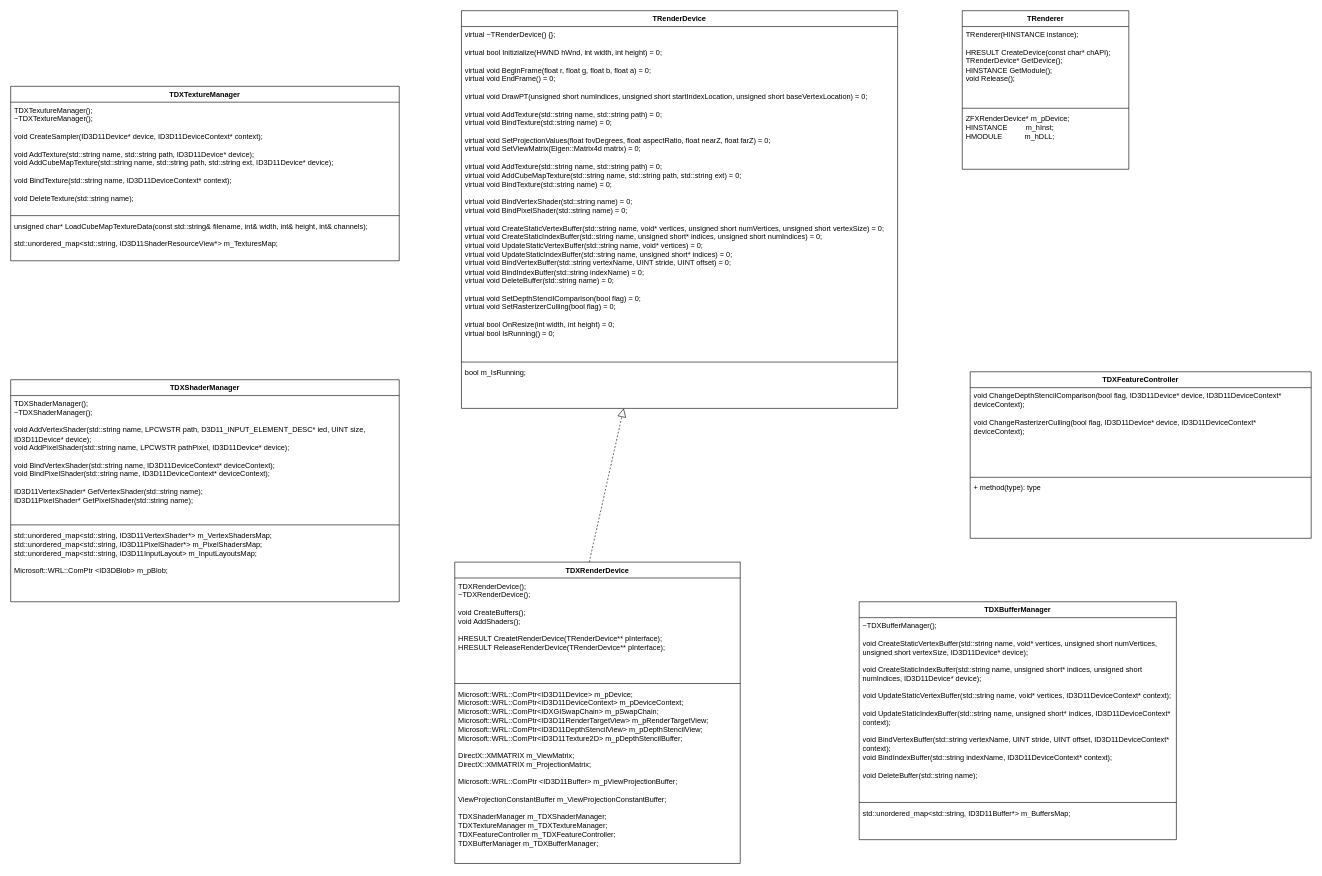
This is UML/TRenderer.drawio from f1oating/TRender, a draw.io file, before an edit. Source tidied: cells renumbered, new cells numbered last; positions are measured from the earlier drawing's top-left corner, leaving out a move shared by most shapes. Both pictures are drawn from the tidied source at 61%, with x=0, y=0 at pixel (10, 10).
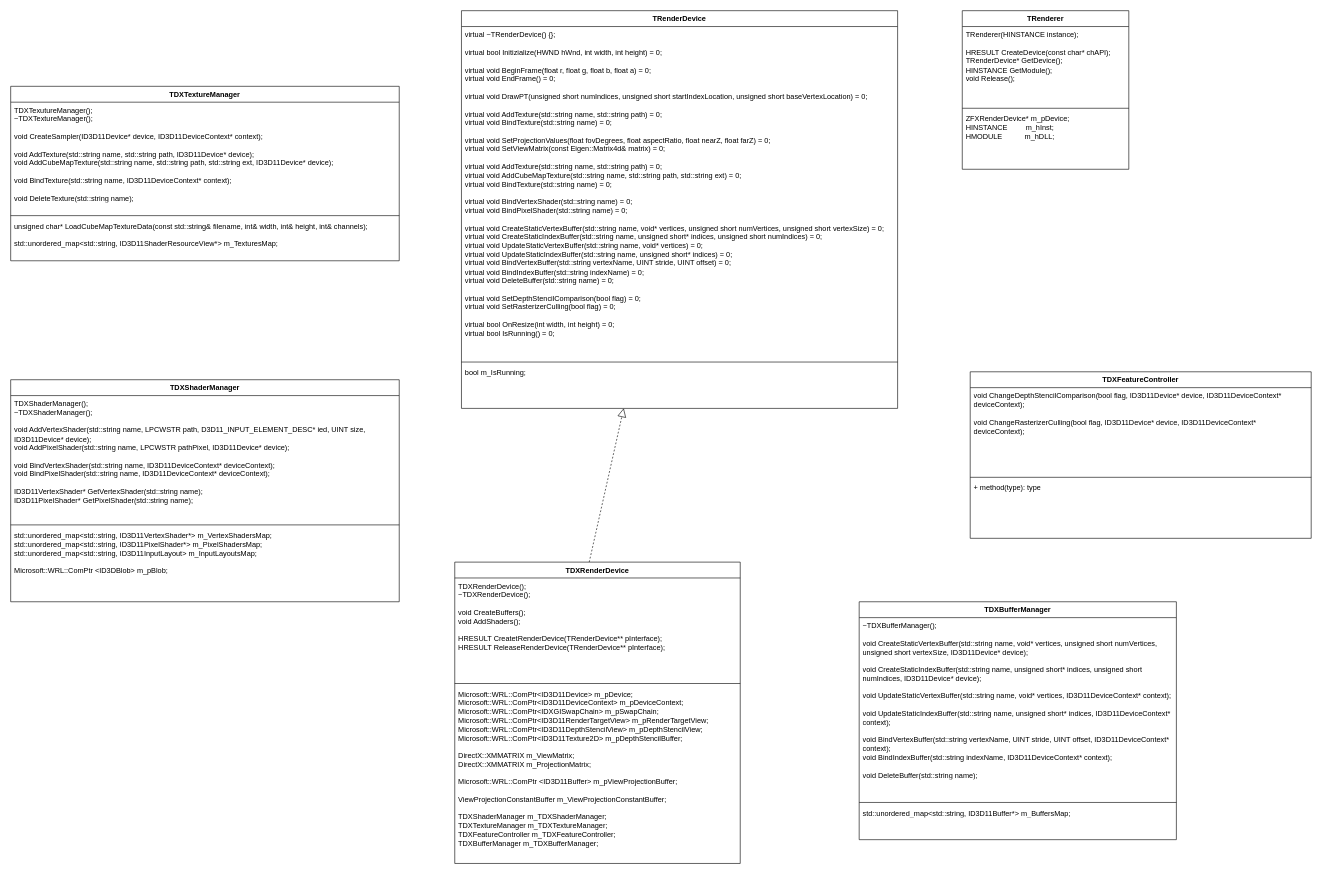
Above is the later version.

Unchanged cells that the change refers to:
```xml
<mxCell id="2" value="TRenderDevice" style="swimlane;fontStyle=1;align=center;verticalAlign=top;horizontal=1;startSize=26;whiteSpace=wrap;html=1;" parent="1" vertex="1">
  <mxGeometry x="739" width="715" height="652" as="geometry" />
</mxCell>
```

Diff of the diagram source:
```diff
@@
-    <mxCell id="3" value="&lt;div&gt;virtual ~TRenderDevice() {};&lt;br&gt;&lt;/div&gt;&lt;div&gt;&lt;br&gt;&lt;/div&gt;&lt;div&gt;virtual bool Initizialize(HWND hWnd, int width, int height) = 0;&lt;/div&gt;&lt;div&gt;&lt;br&gt;&lt;/div&gt;&lt;div&gt;virtual void BeginFrame(float r, float g, float b, float a) = 0;&lt;/div&gt;&lt;div&gt;virtual void EndFrame() = 0;&lt;/div&gt;&lt;div&gt;&lt;br&gt;&lt;/div&gt;&lt;div&gt;virtual void DrawPT(unsigned short numIndices, unsigned short startIndexLocation, unsigned short baseVertexLocation) = 0;&lt;br&gt;&lt;/div&gt;&lt;div&gt;&lt;br&gt;&lt;/div&gt;&lt;div&gt;virtual void AddTexture(std::string name, std::string path) = 0;&lt;br&gt;virtual void BindTexture(std::string name) = 0;&lt;br&gt;&lt;/div&gt;&lt;div&gt;&lt;br&gt;&lt;/div&gt;virtual void SetProjectionValues(float fovDegrees, float aspectRatio, float nearZ, float farZ) = 0;&lt;br&gt;virtual void SetViewMatrix(Eigen::Matrix4d matrix) = 0;&lt;br&gt;&lt;div&gt;&lt;br&gt;&lt;/div&gt;&lt;div&gt;virtual void AddTexture(std::string name, std::string path) = 0;&lt;/div&gt;&lt;div&gt;virtual void AddCubeMapTexture(std::string name, std::string path, std::string ext) = 0;&lt;br&gt;&lt;/div&gt;&lt;div&gt;virtual void BindTexture(std::string name) = 0;&lt;/div&gt;&lt;div&gt;&lt;br&gt;&lt;/div&gt;&lt;div&gt;virtual void BindVertexShader(std::string name) = 0;&lt;br&gt;virtual void BindPixelShader(std::string name) = 0;&lt;/div&gt;&lt;div&gt;&lt;br&gt;&lt;/div&gt;&lt;div&gt;virtual void CreateStaticVertexBuffer(std::string name, void* vertices, unsigned short numVertices, unsigned short vertexSize) = 0;&lt;br&gt;virtual void CreateStaticIndexBuffer(std::string name, unsigned short* indices, unsigned short numIndices) = 0;&lt;br&gt;virtual void UpdateStaticVertexBuffer(std::string name, void* vertices) = 0;&lt;br&gt;virtual void UpdateStaticIndexBuffer(std::string name, unsigned short* indices) = 0;&lt;br&gt;virtual void BindVertexBuffer(std::string vertexName, UINT stride, UINT offset) = 0;&lt;br&gt;virtual void BindIndexBuffer(std::string indexName) = 0;&lt;br&gt;virtual void DeleteBuffer(std::string name) = 0;&lt;br&gt;&lt;/div&gt;&lt;div&gt;&lt;br&gt;&lt;/div&gt;&lt;div&gt;virtual void SetDepthStencilComparison(bool flag) = 0;&lt;br&gt;virtual void SetRasterizerCulling(bool flag) = 0;&lt;br&gt;&lt;/div&gt;&lt;div&gt;&lt;br&gt;&lt;/div&gt;&lt;div&gt;virtual bool OnResize(int width, int height) = 0;&lt;/div&gt;&lt;div&gt;virtual bool IsRunning() = 0;&lt;br&gt;&lt;/div&gt;" style="text;strokeColor=none;fillColor=none;align=left;verticalAlign=top;spacingLeft=4;spacingRight=4;overflow=hidden;whiteSpace=wrap;html=1;" parent="2" vertex="1">
+    <mxCell id="3" value="&lt;div&gt;virtual ~TRenderDevice() {};&lt;br&gt;&lt;/div&gt;&lt;div&gt;&lt;br&gt;&lt;/div&gt;&lt;div&gt;virtual bool Initizialize(HWND hWnd, int width, int height) = 0;&lt;/div&gt;&lt;div&gt;&lt;br&gt;&lt;/div&gt;&lt;div&gt;virtual void BeginFrame(float r, float g, float b, float a) = 0;&lt;/div&gt;&lt;div&gt;virtual void EndFrame() = 0;&lt;/div&gt;&lt;div&gt;&lt;br&gt;&lt;/div&gt;&lt;div&gt;virtual void DrawPT(unsigned short numIndices, unsigned short startIndexLocation, unsigned short baseVertexLocation) = 0;&lt;br&gt;&lt;/div&gt;&lt;div&gt;&lt;br&gt;&lt;/div&gt;&lt;div&gt;virtual void AddTexture(std::string name, std::string path) = 0;&lt;br&gt;virtual void BindTexture(std::string name) = 0;&lt;br&gt;&lt;/div&gt;&lt;div&gt;&lt;br&gt;&lt;/div&gt;virtual void SetProjectionValues(float fovDegrees, float aspectRatio, float nearZ, float farZ) = 0;&lt;br&gt;virtual void SetViewMatrix(const Eigen::Matrix4d&amp;amp; matrix) = 0;&lt;br&gt;&lt;div&gt;&lt;br&gt;&lt;/div&gt;&lt;div&gt;virtual void AddTexture(std::string name, std::string path) = 0;&lt;/div&gt;&lt;div&gt;virtual void AddCubeMapTexture(std::string name, std::string path, std::string ext) = 0;&lt;br&gt;&lt;/div&gt;&lt;div&gt;virtual void BindTexture(std::string name) = 0;&lt;/div&gt;&lt;div&gt;&lt;br&gt;&lt;/div&gt;&lt;div&gt;virtual void BindVertexShader(std::string name) = 0;&lt;br&gt;virtual void BindPixelShader(std::string name) = 0;&lt;/div&gt;&lt;div&gt;&lt;br&gt;&lt;/div&gt;&lt;div&gt;virtual void CreateStaticVertexBuffer(std::string name, void* vertices, unsigned short numVertices, unsigned short vertexSize) = 0;&lt;br&gt;virtual void CreateStaticIndexBuffer(std::string name, unsigned short* indices, unsigned short numIndices) = 0;&lt;br&gt;virtual void UpdateStaticVertexBuffer(std::string name, void* vertices) = 0;&lt;br&gt;virtual void UpdateStaticIndexBuffer(std::string name, unsigned short* indices) = 0;&lt;br&gt;virtual void BindVertexBuffer(std::string vertexName, UINT stride, UINT offset) = 0;&lt;br&gt;virtual void BindIndexBuffer(std::string indexName) = 0;&lt;br&gt;virtual void DeleteBuffer(std::string name) = 0;&lt;br&gt;&lt;/div&gt;&lt;div&gt;&lt;br&gt;&lt;/div&gt;&lt;div&gt;virtual void SetDepthStencilComparison(bool flag) = 0;&lt;br&gt;virtual void SetRasterizerCulling(bool flag) = 0;&lt;br&gt;&lt;/div&gt;&lt;div&gt;&lt;br&gt;&lt;/div&gt;&lt;div&gt;virtual bool OnResize(int width, int height) = 0;&lt;/div&gt;&lt;div&gt;virtual bool IsRunning() = 0;&lt;br&gt;&lt;/div&gt;" style="text;strokeColor=none;fillColor=none;align=left;verticalAlign=top;spacingLeft=4;spacingRight=4;overflow=hidden;whiteSpace=wrap;html=1;" parent="2" vertex="1">
       <mxGeometry y="26" width="715" height="546" as="geometry" />
     </mxCell>
```
